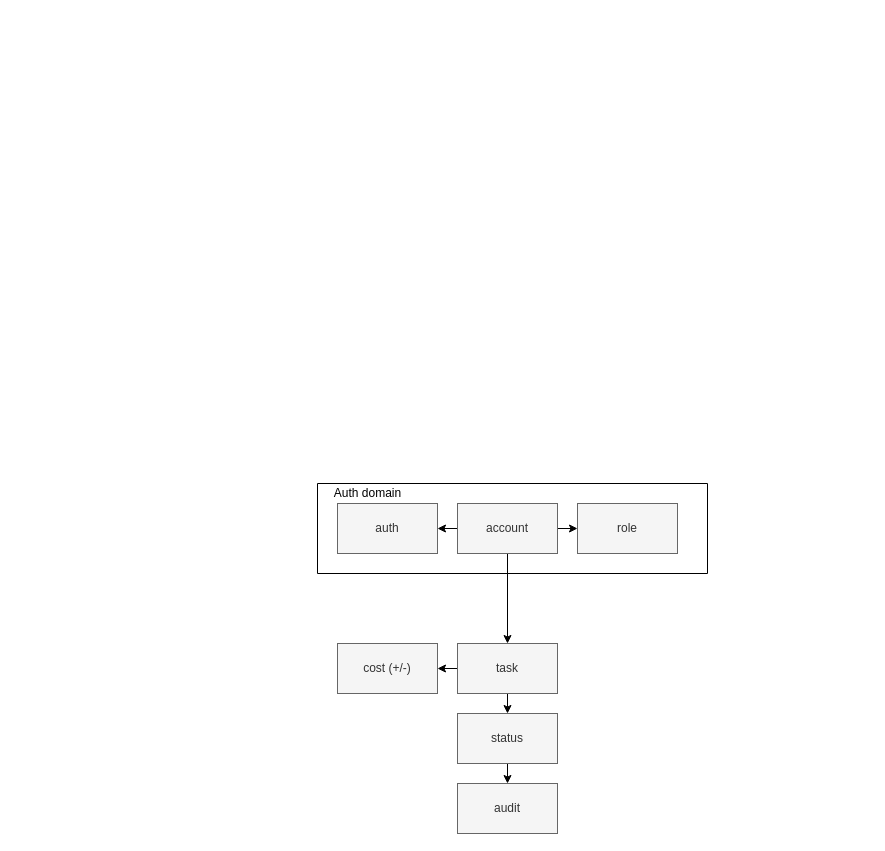
The draw.io diagram diagrams/3_domains.drawio in stroykova/aTES, before the edit. Source tidied: cells renumbered, new cells numbered last; positions are measured from the earlier drawing's top-left corner, leaving out a move shared by most shapes. Both pictures are drawn from the tidied source at 100%, with x=0, y=0 at pixel (317, 478).
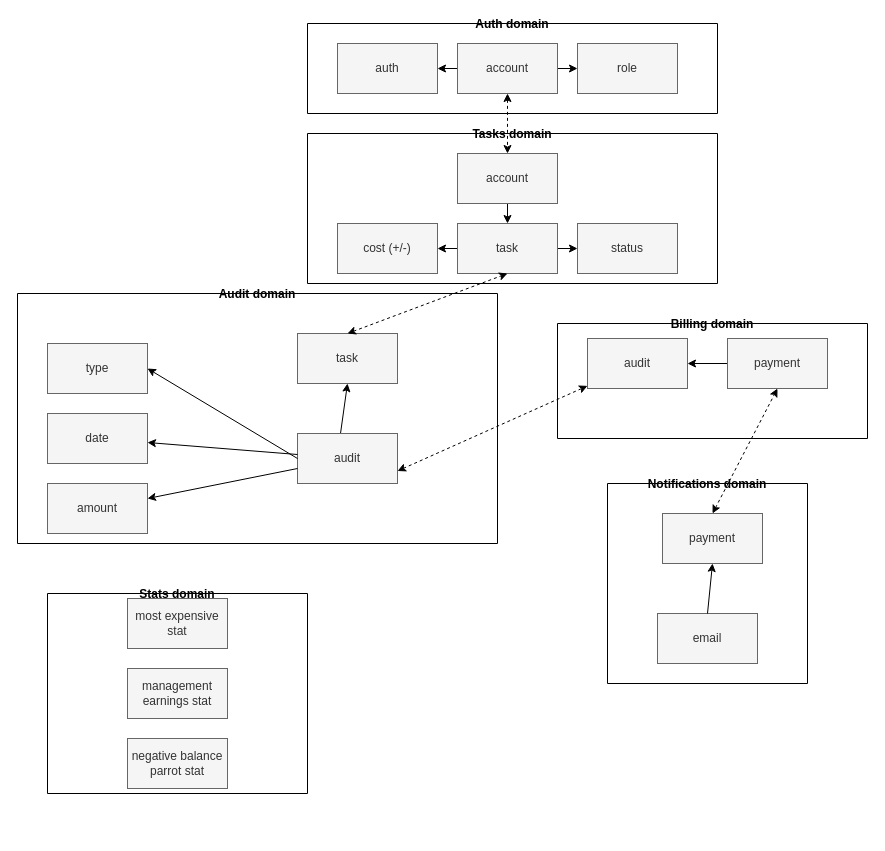
The same page after the edit.

Commit message (it also covers changes not shown here):
data model and domains

Change to the diagram source:
```diff
@@
-    <mxCell id="2" style="edgeStyle=none;html=1;" parent="1" edge="1" source="5" target="6">
-      <mxGeometry relative="1" as="geometry" />
-    </mxCell>
-    <mxCell id="3" style="edgeStyle=none;html=1;" parent="1" edge="1" source="5" target="7">
-      <mxGeometry relative="1" as="geometry" />
-    </mxCell>
-    <mxCell id="4" style="edgeStyle=none;html=1;" parent="1" edge="1" source="5" target="10">
-      <mxGeometry relative="1" as="geometry" />
-    </mxCell>
-    <mxCell id="5" value="account" style="rounded=0;whiteSpace=wrap;html=1;fillColor=#f5f5f5;fontColor=#333333;strokeColor=#666666;" parent="1" vertex="1">
-      <mxGeometry x="140" y="25" width="100" height="50" as="geometry" />
-    </mxCell>
+    <mxCell id="17" style="edgeStyle=none;html=1;" parent="1" edge="1" source="20" target="6">
+      <mxGeometry relative="1" as="geometry" />
+    </mxCell>
+    <mxCell id="18" style="edgeStyle=none;html=1;" parent="1" edge="1" source="20" target="7">
+      <mxGeometry relative="1" as="geometry" />
+    </mxCell>
+    <mxCell id="19" style="edgeStyle=none;html=1;dashed=1;startArrow=classic;startFill=1;" parent="1" edge="1" source="20" target="27">
+      <mxGeometry relative="1" as="geometry" />
+    </mxCell>
+    <mxCell id="20" value="account" style="rounded=0;whiteSpace=wrap;html=1;fillColor=#f5f5f5;fontColor=#333333;strokeColor=#666666;" parent="1" vertex="1">
+      <mxGeometry x="140" y="-435" width="100" height="50" as="geometry" />
+    </mxCell>
     <mxCell id="6" value="role" style="rounded=0;whiteSpace=wrap;html=1;fillColor=#f5f5f5;fontColor=#333333;strokeColor=#666666;" parent="1" vertex="1">
-      <mxGeometry x="260" y="25" width="100" height="50" as="geometry" />
+      <mxGeometry x="260" y="-435" width="100" height="50" as="geometry" />
     </mxCell>
     <mxCell id="7" value="auth" style="rounded=0;whiteSpace=wrap;html=1;fillColor=#f5f5f5;fontColor=#333333;strokeColor=#666666;" parent="1" vertex="1">
-      <mxGeometry x="20" y="25" width="100" height="50" as="geometry" />
+      <mxGeometry x="20" y="-435" width="100" height="50" as="geometry" />
     </mxCell>
-    <mxCell id="8" style="edgeStyle=none;html=1;" parent="1" edge="1" source="10" target="11">
-      <mxGeometry relative="1" as="geometry" />
-    </mxCell>
-    <mxCell id="9" style="edgeStyle=none;html=1;entryX=0.5;entryY=0;entryDx=0;entryDy=0;" parent="1" edge="1" source="10" target="14">
-      <mxGeometry relative="1" as="geometry" />
-    </mxCell>
-    <mxCell id="10" value="task" style="rounded=0;whiteSpace=wrap;html=1;fillColor=#f5f5f5;fontColor=#333333;strokeColor=#666666;" parent="1" vertex="1">
-      <mxGeometry x="140" y="165" width="100" height="50" as="geometry" />
-    </mxCell>
+    <mxCell id="21" style="edgeStyle=none;html=1;" parent="1" edge="1" source="23" target="11">
+      <mxGeometry relative="1" as="geometry" />
+    </mxCell>
+    <mxCell id="22" style="edgeStyle=none;html=1;entryX=0;entryY=0.5;entryDx=0;entryDy=0;" parent="1" edge="1" source="23" target="14">
+      <mxGeometry relative="1" as="geometry" />
+    </mxCell>
+    <mxCell id="23" value="task" style="rounded=0;whiteSpace=wrap;html=1;fillColor=#f5f5f5;fontColor=#333333;strokeColor=#666666;" parent="1" vertex="1">
+      <mxGeometry x="140" y="-255" width="100" height="50" as="geometry" />
+    </mxCell>
     <mxCell id="11" value="cost (+/-)" style="rounded=0;whiteSpace=wrap;html=1;fillColor=#f5f5f5;fontColor=#333333;strokeColor=#666666;" parent="1" vertex="1">
-      <mxGeometry x="20" y="165" width="100" height="50" as="geometry" />
+      <mxGeometry x="20" y="-255" width="100" height="50" as="geometry" />
     </mxCell>
-    <mxCell id="12" value="audit" style="rounded=0;whiteSpace=wrap;html=1;fillColor=#f5f5f5;fontColor=#333333;strokeColor=#666666;" parent="1" vertex="1">
-      <mxGeometry x="140" y="305" width="100" height="50" as="geometry" />
-    </mxCell>
-    <mxCell id="13" style="edgeStyle=none;html=1;" parent="1" edge="1" source="14" target="12">
-      <mxGeometry relative="1" as="geometry" />
-    </mxCell>
     <mxCell id="14" value="status" style="rounded=0;whiteSpace=wrap;html=1;fillColor=#f5f5f5;fontColor=#333333;strokeColor=#666666;" parent="1" vertex="1">
-      <mxGeometry x="140" y="235" width="100" height="50" as="geometry" />
+      <mxGeometry x="260" y="-255" width="100" height="50" as="geometry" />
     </mxCell>
-    <mxCell id="15" style="swimlane;startSize=0;" parent="1" vertex="1">
-      <mxGeometry y="5" width="390" height="90" as="geometry" />
-    </mxCell>
+    <mxCell id="24" style="edgeStyle=none;html=1;exitX=0.5;exitY=0;exitDx=0;exitDy=0;startArrow=classic;entryX=0.5;entryY=1;entryDx=0;entryDy=0;startFill=1;dashed=1;" parent="1" edge="1" source="46" target="42">
+      <mxGeometry relative="1" as="geometry" />
+    </mxCell>
-    <mxCell id="16" value="Auth domain" style="text;html=1;align=center;verticalAlign=middle;strokeColor=none;fillColor=none;" parent="1" vertex="1">
-      <mxGeometry x="5" width="90" height="30" as="geometry" />
+    <mxCell id="16" value="Auth domain" style="swimlane;startSize=0;" parent="1" vertex="1">
+      <mxGeometry x="-10" y="-455" width="410" height="90" as="geometry" />
     </mxCell>
+    <mxCell id="25" value="Tasks domain" style="swimlane;startSize=0;" parent="1" vertex="1">
+      <mxGeometry x="-10" y="-345" width="410" height="150" as="geometry" />
+    </mxCell>
+    <mxCell id="26" style="edgeStyle=none;html=1;" parent="1" edge="1" source="27" target="23">
+      <mxGeometry relative="1" as="geometry" />
+    </mxCell>
+    <mxCell id="27" value="account" style="rounded=0;whiteSpace=wrap;html=1;fillColor=#f5f5f5;fontColor=#333333;strokeColor=#666666;" parent="1" vertex="1">
+      <mxGeometry x="140" y="-325" width="100" height="50" as="geometry" />
+    </mxCell>
+    <mxCell id="28" value="Audit domain" style="swimlane;startSize=0;" parent="1" vertex="1">
+      <mxGeometry x="-300" y="-185" width="480" height="250" as="geometry" />
+    </mxCell>
+    <mxCell id="29" style="edgeStyle=none;html=1;exitX=0.43;exitY=0;exitDx=0;exitDy=0;entryX=0.5;entryY=1;entryDx=0;entryDy=0;startArrow=none;startFill=0;exitPerimeter=0;" parent="28" edge="1" source="30" target="37">
+      <mxGeometry relative="1" as="geometry" />
+    </mxCell>
+    <mxCell id="30" value="audit" style="rounded=0;whiteSpace=wrap;html=1;fillColor=#f5f5f5;fontColor=#333333;strokeColor=#666666;" parent="28" vertex="1">
+      <mxGeometry x="280" y="140" width="100" height="50" as="geometry" />
+    </mxCell>
+    <mxCell id="31" value="type" style="rounded=0;whiteSpace=wrap;html=1;fillColor=#f5f5f5;fontColor=#333333;strokeColor=#666666;" parent="28" vertex="1">
+      <mxGeometry x="30" y="50" width="100" height="50" as="geometry" />
+    </mxCell>
+    <mxCell id="32" style="edgeStyle=none;html=1;exitX=0;exitY=0.5;exitDx=0;exitDy=0;entryX=1;entryY=0.5;entryDx=0;entryDy=0;" parent="28" edge="1" source="30" target="31">
+      <mxGeometry relative="1" as="geometry" />
+    </mxCell>
+    <mxCell id="33" value="amount" style="rounded=0;whiteSpace=wrap;html=1;fillColor=#f5f5f5;fontColor=#333333;strokeColor=#666666;" parent="28" vertex="1">
+      <mxGeometry x="30" y="190" width="100" height="50" as="geometry" />
+    </mxCell>
+    <mxCell id="34" style="edgeStyle=none;html=1;" parent="28" edge="1" source="30" target="33">
+      <mxGeometry relative="1" as="geometry" />
+    </mxCell>
+    <mxCell id="35" value="date" style="rounded=0;whiteSpace=wrap;html=1;fillColor=#f5f5f5;fontColor=#333333;strokeColor=#666666;" parent="28" vertex="1">
+      <mxGeometry x="30" y="120" width="100" height="50" as="geometry" />
+    </mxCell>
+    <mxCell id="36" style="edgeStyle=none;html=1;" parent="28" edge="1" source="30" target="35">
+      <mxGeometry relative="1" as="geometry" />
+    </mxCell>
+    <mxCell id="37" value="task" style="rounded=0;whiteSpace=wrap;html=1;fillColor=#f5f5f5;fontColor=#333333;strokeColor=#666666;" parent="28" vertex="1">
+      <mxGeometry x="280" y="40" width="100" height="50" as="geometry" />
+    </mxCell>
+    <mxCell id="38" style="edgeStyle=none;html=1;exitX=0.5;exitY=0;exitDx=0;exitDy=0;entryX=0.5;entryY=1;entryDx=0;entryDy=0;startArrow=classic;startFill=1;dashed=1;" parent="1" edge="1" source="37" target="23">
+      <mxGeometry relative="1" as="geometry" />
+    </mxCell>
+    <mxCell id="39" value="Billing domain" style="swimlane;startSize=0;" parent="1" vertex="1">
+      <mxGeometry x="240" y="-155" width="310" height="115" as="geometry" />
+    </mxCell>
+    <mxCell id="40" value="audit" style="rounded=0;whiteSpace=wrap;html=1;fillColor=#f5f5f5;fontColor=#333333;strokeColor=#666666;" parent="39" vertex="1">
+      <mxGeometry x="30" y="15" width="100" height="50" as="geometry" />
+    </mxCell>
+    <mxCell id="41" style="edgeStyle=none;html=1;startArrow=none;startFill=0;" parent="39" edge="1" source="42" target="40">
+      <mxGeometry relative="1" as="geometry" />
+    </mxCell>
+    <mxCell id="42" value="payment" style="rounded=0;whiteSpace=wrap;html=1;fillColor=#f5f5f5;fontColor=#333333;strokeColor=#666666;" parent="39" vertex="1">
+      <mxGeometry x="170" y="15" width="100" height="50" as="geometry" />
+    </mxCell>
+    <mxCell id="43" style="edgeStyle=none;html=1;exitX=1;exitY=0.75;exitDx=0;exitDy=0;dashed=1;startArrow=classic;startFill=1;" parent="1" edge="1" source="30" target="40">
+      <mxGeometry relative="1" as="geometry" />
+    </mxCell>
+    <mxCell id="44" value="Notifications domain" style="swimlane;startSize=0;" parent="1" vertex="1">
+      <mxGeometry x="290" y="5" width="200" height="200" as="geometry" />
+    </mxCell>
+    <mxCell id="45" value="email" style="rounded=0;whiteSpace=wrap;html=1;fillColor=#f5f5f5;fontColor=#333333;strokeColor=#666666;" parent="44" vertex="1">
+      <mxGeometry x="50" y="130" width="100" height="50" as="geometry" />
+    </mxCell>
+    <mxCell id="46" value="payment" style="rounded=0;whiteSpace=wrap;html=1;fillColor=#f5f5f5;fontColor=#333333;strokeColor=#666666;" parent="44" vertex="1">
+      <mxGeometry x="55" y="30" width="100" height="50" as="geometry" />
+    </mxCell>
+    <mxCell id="47" style="edgeStyle=none;html=1;exitX=0.5;exitY=0;exitDx=0;exitDy=0;entryX=0.5;entryY=1;entryDx=0;entryDy=0;endArrow=classic;endFill=1;" parent="44" edge="1" source="45" target="46">
+      <mxGeometry relative="1" as="geometry" />
+    </mxCell>
+    <mxCell id="48" value="Stats domain" style="swimlane;startSize=0;" parent="1" vertex="1">
+      <mxGeometry x="-270" y="115" width="260" height="200" as="geometry" />
+    </mxCell>
+    <mxCell id="49" value="most expensive stat" style="rounded=0;whiteSpace=wrap;html=1;fillColor=#f5f5f5;fontColor=#333333;strokeColor=#666666;" parent="48" vertex="1">
+      <mxGeometry x="80" y="5" width="100" height="50" as="geometry" />
+    </mxCell>
+    <mxCell id="50" value="management earnings stat" style="rounded=0;whiteSpace=wrap;html=1;fillColor=#f5f5f5;fontColor=#333333;strokeColor=#666666;" parent="48" vertex="1">
+      <mxGeometry x="80" y="75" width="100" height="50" as="geometry" />
+    </mxCell>
+    <mxCell id="51" value="negative balance parrot stat" style="rounded=0;whiteSpace=wrap;html=1;fillColor=#f5f5f5;fontColor=#333333;strokeColor=#666666;" parent="48" vertex="1">
+      <mxGeometry x="80" y="145" width="100" height="50" as="geometry" />
+    </mxCell>
```
